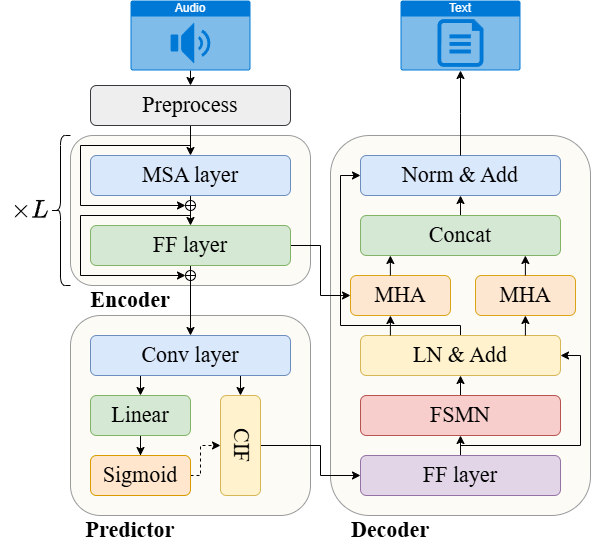
Earlier version of the draw.io export UBC-CSC/funasr.png (TuuSiwei/paper_image). Source tidied: cells renumbered, new cells last; positions are measured from the earlier drawing's top-left corner, leaving out a move shared by most shapes. Its diagram source:
```xml
<mxGraphModel math="1">
  <root>
    <mxCell id="0" />
    <mxCell id="1" parent="0" />
    <mxCell id="2" style="rounded=1;whiteSpace=wrap;html=1;fillColor=#f9f7ed;strokeColor=#36393d;fontFamily=Times New Roman;fontSize=22;opacity=50;align=center;verticalAlign=middle;fontColor=default;fontStyle=0;" parent="1" vertex="1">
      <mxGeometry x="70" y="315" width="240" height="200" as="geometry" />
    </mxCell>
    <mxCell id="3" style="rounded=1;whiteSpace=wrap;html=1;fillColor=#f9f7ed;strokeColor=#36393d;fontFamily=Times New Roman;fontSize=22;opacity=50;fontStyle=0;" parent="1" vertex="1">
      <mxGeometry x="70" y="135" width="240" height="150" as="geometry" />
    </mxCell>
    <mxCell id="4" style="rounded=1;whiteSpace=wrap;html=1;fillColor=#f9f7ed;strokeColor=#36393d;fontFamily=Times New Roman;fontSize=22;opacity=50;align=center;verticalAlign=middle;fontColor=default;fontStyle=0;" parent="1" vertex="1">
      <mxGeometry x="330" y="135" width="260" height="380" as="geometry" />
    </mxCell>
    <mxCell id="5" value="&lt;span style=&quot;border-color: var(--border-color); font-size: 22px;&quot;&gt;Norm &amp;amp; Add&lt;/span&gt;" style="rounded=1;whiteSpace=wrap;html=1;strokeColor=#6c8ebf;fillColor=#dae8fc;fontFamily=Times New Roman;fontSize=22;fontStyle=0;" parent="1" vertex="1">
      <mxGeometry x="360" y="155" width="200" height="40" as="geometry" />
    </mxCell>
    <mxCell id="6" value="&lt;font style=&quot;font-size: 22px;&quot;&gt;&lt;span style=&quot;font-size: 22px;&quot;&gt;Decoder&lt;/span&gt;&lt;/font&gt;" style="text;html=1;align=center;verticalAlign=middle;whiteSpace=wrap;rounded=0;fontFamily=Times New Roman;fontSize=22;fontStyle=1;" parent="1" vertex="1">
      <mxGeometry x="330" y="515" width="120" height="30" as="geometry" />
    </mxCell>
    <mxCell id="7" value="&lt;font style=&quot;font-size: 22px;&quot;&gt;&lt;span style=&quot;font-size: 22px;&quot;&gt;&lt;b style=&quot;font-size: 22px;&quot;&gt;Predictor&lt;/b&gt;&lt;/span&gt;&lt;/font&gt;" style="text;html=1;align=center;verticalAlign=middle;whiteSpace=wrap;rounded=0;fontFamily=Times New Roman;fontSize=22;fontStyle=0;" parent="1" vertex="1">
      <mxGeometry x="70" y="515" width="120" height="30" as="geometry" />
    </mxCell>
    <mxCell id="8" style="edgeStyle=orthogonalEdgeStyle;rounded=0;jettySize=auto;html=1;entryX=0.5;entryY=0;entryDx=0;entryDy=0;fontStyle=0;fontSize=22;" parent="1" edge="1" source="9" target="12">
      <mxGeometry relative="1" as="geometry" />
    </mxCell>
    <mxCell id="9" value="&lt;span style=&quot;font-size: 22px;&quot;&gt;&lt;span style=&quot;font-size: 22px;&quot;&gt;MSA layer&lt;/span&gt;&lt;/span&gt;" style="rounded=1;whiteSpace=wrap;html=1;fillColor=#dae8fc;strokeColor=#6c8ebf;fontFamily=Times New Roman;fontSize=22;fontStyle=0;" parent="1" vertex="1">
      <mxGeometry x="90" y="155" width="200" height="40" as="geometry" />
    </mxCell>
    <mxCell id="10" style="edgeStyle=orthogonalEdgeStyle;rounded=0;jettySize=auto;html=1;entryX=0;entryY=0.5;entryDx=0;entryDy=0;fontFamily=Times New Roman;fontSize=22;fontStyle=0;" parent="1" edge="1" source="12" target="23">
      <mxGeometry relative="1" as="geometry" />
    </mxCell>
    <mxCell id="11" style="edgeStyle=orthogonalEdgeStyle;rounded=0;jettySize=auto;html=1;exitX=0.5;exitY=1;exitDx=0;exitDy=0;entryX=0.5;entryY=0;entryDx=0;entryDy=0;fontStyle=0;fontSize=22;" parent="1" edge="1" source="12" target="17">
      <mxGeometry relative="1" as="geometry" />
    </mxCell>
    <mxCell id="12" value="&lt;span style=&quot;font-size: 22px;&quot;&gt;&lt;span style=&quot;font-size: 22px;&quot;&gt;FF layer&lt;/span&gt;&lt;/span&gt;" style="rounded=1;whiteSpace=wrap;html=1;fillColor=#d5e8d4;strokeColor=#82b366;fontFamily=Times New Roman;fontSize=22;fontStyle=0;" parent="1" vertex="1">
      <mxGeometry x="90" y="225" width="200" height="40" as="geometry" />
    </mxCell>
    <mxCell id="13" value="&lt;font style=&quot;font-size: 22px;&quot;&gt;&lt;span style=&quot;font-size: 22px;&quot;&gt;&lt;b style=&quot;font-size: 22px;&quot;&gt;Encoder&lt;/b&gt;&lt;/span&gt;&lt;/font&gt;" style="text;html=1;align=center;verticalAlign=middle;whiteSpace=wrap;rounded=0;fontFamily=Times New Roman;fontSize=22;fontStyle=0;" parent="1" vertex="1">
      <mxGeometry x="70" y="285" width="120" height="30" as="geometry" />
    </mxCell>
    <mxCell id="14" style="edgeStyle=orthogonalEdgeStyle;rounded=0;jettySize=auto;html=1;exitX=0.5;exitY=1;exitDx=0;exitDy=0;exitPerimeter=0;entryX=0.5;entryY=0;entryDx=0;entryDy=0;fontStyle=0;fontSize=22;" parent="1" edge="1" target="40">
      <mxGeometry relative="1" as="geometry">
        <mxPoint x="190" y="70" as="sourcePoint" />
      </mxGeometry>
    </mxCell>
    <mxCell id="15" style="edgeStyle=orthogonalEdgeStyle;rounded=0;jettySize=auto;html=1;entryX=0.5;entryY=0;entryDx=0;entryDy=0;exitX=0.25;exitY=1;exitDx=0;exitDy=0;fontFamily=Times New Roman;fontSize=22;fontStyle=0;" parent="1" edge="1" source="17" target="33">
      <mxGeometry relative="1" as="geometry" />
    </mxCell>
    <mxCell id="16" style="edgeStyle=orthogonalEdgeStyle;rounded=0;jettySize=auto;html=1;exitX=0.75;exitY=1;exitDx=0;exitDy=0;entryX=0.5;entryY=0;entryDx=0;entryDy=0;fontStyle=0;fontSize=22;" parent="1" edge="1" source="17">
      <mxGeometry relative="1" as="geometry">
        <mxPoint x="240" y="395" as="targetPoint" />
      </mxGeometry>
    </mxCell>
    <mxCell id="17" value="&lt;span style=&quot;border-color: var(--border-color); font-size: 22px;&quot;&gt;Conv layer&lt;br style=&quot;font-size: 22px;&quot;&gt;&lt;/span&gt;" style="rounded=1;whiteSpace=wrap;html=1;fillColor=#dae8fc;strokeColor=#6c8ebf;fontFamily=Times New Roman;fontSize=22;fontStyle=0;" parent="1" vertex="1">
      <mxGeometry x="90" y="335" width="200" height="40" as="geometry" />
    </mxCell>
    <mxCell id="18" style="edgeStyle=orthogonalEdgeStyle;rounded=0;jettySize=auto;html=1;exitX=1;exitY=0.5;exitDx=0;exitDy=0;entryX=0;entryY=0.5;entryDx=0;entryDy=0;fontSize=22;" parent="1" edge="1" source="19" target="22">
      <mxGeometry relative="1" as="geometry">
        <Array as="points">
          <mxPoint x="320" y="445" />
          <mxPoint x="320" y="475" />
        </Array>
      </mxGeometry>
    </mxCell>
    <mxCell id="19" value="&lt;span style=&quot;border-color: var(--border-color); font-size: 22px;&quot;&gt;CIF&lt;br style=&quot;font-size: 22px;&quot;&gt;&lt;/span&gt;" style="rounded=1;whiteSpace=wrap;html=1;fillColor=#fff2cc;strokeColor=#d6b656;fontFamily=Times New Roman;fontSize=22;textDirection=vertical-rl;fontStyle=0;" parent="1" vertex="1">
      <mxGeometry x="220" y="395" width="40" height="100" as="geometry" />
    </mxCell>
    <mxCell id="20" style="edgeStyle=orthogonalEdgeStyle;rounded=0;jettySize=auto;html=1;exitX=0.5;exitY=0;exitDx=0;exitDy=0;entryX=0.5;entryY=1;entryDx=0;entryDy=0;fontSize=22;" parent="1" edge="1" source="22" target="28">
      <mxGeometry relative="1" as="geometry" />
    </mxCell>
    <mxCell id="21" style="edgeStyle=orthogonalEdgeStyle;rounded=0;jettySize=auto;html=1;exitX=0.5;exitY=0;exitDx=0;exitDy=0;entryX=1;entryY=0.5;entryDx=0;entryDy=0;fontSize=22;" parent="1" edge="1" source="22" target="26">
      <mxGeometry relative="1" as="geometry">
        <Array as="points">
          <mxPoint x="460" y="445" />
          <mxPoint x="580" y="445" />
          <mxPoint x="580" y="355" />
        </Array>
      </mxGeometry>
    </mxCell>
    <mxCell id="22" value="&lt;span style=&quot;font-size: 22px;&quot;&gt;FF layer&lt;/span&gt;" style="rounded=1;whiteSpace=wrap;html=1;fillColor=#e1d5e7;strokeColor=#9673a6;fontFamily=Times New Roman;fontSize=22;fontStyle=0;" parent="1" vertex="1">
      <mxGeometry x="360" y="455" width="200" height="40" as="geometry" />
    </mxCell>
    <mxCell id="23" value="&lt;span style=&quot;font-size: 22px;&quot;&gt;&lt;span style=&quot;font-size: 22px;&quot;&gt;MHA&lt;/span&gt;&lt;/span&gt;" style="rounded=1;whiteSpace=wrap;html=1;fillColor=#ffe6cc;strokeColor=#d79b00;gradientDirection=radial;opacity=90;fontFamily=Times New Roman;fontSize=22;fontStyle=0;" parent="1" vertex="1">
      <mxGeometry x="350" y="275" width="100" height="40" as="geometry" />
    </mxCell>
    <mxCell id="24" value="&lt;span style=&quot;font-size: 22px;&quot;&gt;&lt;span style=&quot;font-size: 22px;&quot;&gt;MHA&lt;/span&gt;&lt;/span&gt;" style="rounded=1;whiteSpace=wrap;html=1;fillColor=#ffe6cc;strokeColor=#d79b00;gradientDirection=radial;opacity=90;fontFamily=Times New Roman;fontSize=22;fontStyle=0;" parent="1" vertex="1">
      <mxGeometry x="475" y="275" width="100" height="40" as="geometry" />
    </mxCell>
    <mxCell id="25" style="edgeStyle=orthogonalEdgeStyle;rounded=0;jettySize=auto;html=1;exitX=0.5;exitY=0;exitDx=0;exitDy=0;entryX=0;entryY=0.5;entryDx=0;entryDy=0;fontSize=22;" parent="1" edge="1" source="26" target="5">
      <mxGeometry relative="1" as="geometry">
        <Array as="points">
          <mxPoint x="460" y="325" />
          <mxPoint x="340" y="325" />
          <mxPoint x="340" y="175" />
        </Array>
      </mxGeometry>
    </mxCell>
    <mxCell id="26" value="&lt;span style=&quot;border-color: var(--border-color); font-size: 22px;&quot;&gt;LN &amp;amp; Add&lt;/span&gt;" style="rounded=1;whiteSpace=wrap;html=1;strokeColor=#d6b656;fillColor=#fff2cc;fontFamily=Times New Roman;fontSize=22;fontStyle=0;" parent="1" vertex="1">
      <mxGeometry x="360" y="335" width="200" height="40" as="geometry" />
    </mxCell>
    <mxCell id="27" style="edgeStyle=orthogonalEdgeStyle;rounded=0;jettySize=auto;html=1;exitX=0.5;exitY=0;exitDx=0;exitDy=0;entryX=0.5;entryY=1;entryDx=0;entryDy=0;fontSize=22;" parent="1" edge="1" source="28" target="26">
      <mxGeometry relative="1" as="geometry" />
    </mxCell>
    <mxCell id="28" value="&lt;span style=&quot;border-color: var(--border-color); font-size: 22px;&quot;&gt;FSMN&lt;/span&gt;" style="rounded=1;whiteSpace=wrap;html=1;fillColor=#f8cecc;strokeColor=#b85450;fontFamily=Times New Roman;fontSize=22;fontStyle=0;" parent="1" vertex="1">
      <mxGeometry x="360" y="395" width="200" height="40" as="geometry" />
    </mxCell>
    <mxCell id="29" style="edgeStyle=orthogonalEdgeStyle;rounded=0;jettySize=auto;html=1;exitX=0.5;exitY=0;exitDx=0;exitDy=0;entryX=0.5;entryY=1;entryDx=0;entryDy=0;fontSize=22;" parent="1" edge="1" source="30" target="5">
      <mxGeometry relative="1" as="geometry" />
    </mxCell>
    <mxCell id="30" value="&lt;span style=&quot;border-color: var(--border-color); font-size: 22px;&quot;&gt;Concat&lt;/span&gt;" style="rounded=1;whiteSpace=wrap;html=1;strokeColor=#82b366;fillColor=#d5e8d4;fontFamily=Times New Roman;fontSize=22;fontStyle=0;" parent="1" vertex="1">
      <mxGeometry x="360" y="215" width="200" height="40" as="geometry" />
    </mxCell>
    <mxCell id="31" style="shape=curlyBracket;whiteSpace=wrap;html=1;rounded=1;labelPosition=left;verticalLabelPosition=middle;align=right;verticalAlign=middle;fontFamily=Times New Roman;fontSize=22;fontStyle=0;" parent="1" vertex="1">
      <mxGeometry x="50" y="135" width="20" height="150" as="geometry" />
    </mxCell>
    <mxCell id="32" style="edgeStyle=orthogonalEdgeStyle;rounded=0;jettySize=auto;html=1;entryX=0.5;entryY=0;entryDx=0;entryDy=0;fontFamily=Times New Roman;fontSize=22;fontStyle=0;" parent="1" edge="1" source="33" target="35">
      <mxGeometry relative="1" as="geometry" />
    </mxCell>
    <mxCell id="33" value="&lt;span style=&quot;border-color: var(--border-color); font-size: 22px;&quot;&gt;Linear&lt;/span&gt;" style="rounded=1;whiteSpace=wrap;html=1;fillColor=#d5e8d4;strokeColor=#82b366;fontFamily=Times New Roman;fontSize=22;fontStyle=0;" parent="1" vertex="1">
      <mxGeometry x="90" y="395" width="100" height="40" as="geometry" />
    </mxCell>
    <mxCell id="34" style="edgeStyle=orthogonalEdgeStyle;rounded=0;jettySize=auto;html=1;entryX=0;entryY=0.5;entryDx=0;entryDy=0;dashed=1;fontFamily=Times New Roman;fontSize=22;fontStyle=0;" parent="1" edge="1" source="35" target="19">
      <mxGeometry relative="1" as="geometry">
        <Array as="points">
          <mxPoint x="200" y="475" />
          <mxPoint x="200" y="445" />
        </Array>
      </mxGeometry>
    </mxCell>
    <mxCell id="35" value="&lt;div style=&quot;font-size: 22px;&quot;&gt;&lt;span style=&quot;font-size: 22px;&quot;&gt;&lt;span style=&quot;font-size: 22px;&quot;&gt;Sigmoid&lt;/span&gt;&lt;/span&gt;&lt;/div&gt;" style="rounded=1;whiteSpace=wrap;html=1;fillColor=#ffe6cc;strokeColor=#d79b00;fontFamily=Times New Roman;fontSize=22;fontStyle=0;" parent="1" vertex="1">
      <mxGeometry x="90" y="455" width="100" height="40" as="geometry" />
    </mxCell>
    <mxCell id="36" style="verticalLabelPosition=bottom;verticalAlign=top;html=1;shape=mxgraph.flowchart.summing_function;fontFamily=Times New Roman;fontSize=22;fontStyle=0;" parent="1" vertex="1">
      <mxGeometry x="185" y="200" width="10" height="10" as="geometry" />
    </mxCell>
    <mxCell id="37" style="edgeStyle=orthogonalEdgeStyle;rounded=0;jettySize=auto;html=1;entryX=0;entryY=0.5;entryDx=0;entryDy=0;entryPerimeter=0;fontFamily=Times New Roman;fontSize=22;fontStyle=0;" parent="1" edge="1" target="41">
      <mxGeometry relative="1" as="geometry">
        <mxPoint x="190" y="215" as="sourcePoint" />
        <Array as="points">
          <mxPoint x="80" y="215" />
          <mxPoint x="80" y="275" />
        </Array>
      </mxGeometry>
    </mxCell>
    <mxCell id="38" value="$$\times L$$" style="text;whiteSpace=wrap;fontSize=22;align=center;fontStyle=0;verticalAlign=middle;" parent="1" vertex="1">
      <mxGeometry y="170.5" width="60" height="79" as="geometry" />
    </mxCell>
    <mxCell id="39" style="edgeStyle=orthogonalEdgeStyle;rounded=0;jettySize=auto;html=1;exitX=0.5;exitY=1;exitDx=0;exitDy=0;entryX=0.5;entryY=0;entryDx=0;entryDy=0;fontStyle=0;fontSize=22;" parent="1" edge="1" source="40" target="9">
      <mxGeometry relative="1" as="geometry" />
    </mxCell>
    <mxCell id="40" value="&lt;span style=&quot;font-family: &amp;quot;Times New Roman&amp;quot;; font-size: 22px;&quot;&gt;Preprocess&lt;/span&gt;" style="rounded=1;whiteSpace=wrap;html=1;fillColor=#eeeeee;strokeColor=#36393d;fontStyle=0;fontSize=22;" parent="1" vertex="1">
      <mxGeometry x="90" y="85" width="200" height="40" as="geometry" />
    </mxCell>
    <mxCell id="41" style="verticalLabelPosition=bottom;verticalAlign=top;html=1;shape=mxgraph.flowchart.summing_function;fontFamily=Times New Roman;fontSize=22;fontStyle=0;" parent="1" vertex="1">
      <mxGeometry x="185" y="270" width="10" height="10" as="geometry" />
    </mxCell>
    <mxCell id="42" style="edgeStyle=orthogonalEdgeStyle;rounded=0;jettySize=auto;html=1;entryX=0;entryY=0.5;entryDx=0;entryDy=0;entryPerimeter=0;fontFamily=Times New Roman;fontSize=22;fontStyle=0;" parent="1" edge="1" target="36">
      <mxGeometry relative="1" as="geometry">
        <mxPoint x="190" y="145" as="sourcePoint" />
        <Array as="points">
          <mxPoint x="80" y="145" />
          <mxPoint x="80" y="205" />
        </Array>
      </mxGeometry>
    </mxCell>
    <mxCell id="43" style="edgeStyle=orthogonalEdgeStyle;rounded=0;jettySize=auto;html=1;exitX=0.5;exitY=0;exitDx=0;exitDy=0;entryX=0.5;entryY=1;entryDx=0;entryDy=0;entryPerimeter=0;fontSize=22;" parent="1" edge="1" source="5">
      <mxGeometry relative="1" as="geometry">
        <mxPoint x="460" y="70" as="targetPoint" />
      </mxGeometry>
    </mxCell>
    <mxCell id="44" style="endArrow=classic;html=1;rounded=0;fontSize=22;" parent="1" edge="1">
      <mxGeometry relative="1" as="geometry">
        <mxPoint x="389.9" y="335" as="sourcePoint" />
        <mxPoint x="389.9" y="315" as="targetPoint" />
      </mxGeometry>
    </mxCell>
    <mxCell id="45" style="endArrow=classic;html=1;rounded=0;fontSize=22;" parent="1" edge="1">
      <mxGeometry relative="1" as="geometry">
        <mxPoint x="524.9" y="335" as="sourcePoint" />
        <mxPoint x="524.9" y="315" as="targetPoint" />
      </mxGeometry>
    </mxCell>
    <mxCell id="46" style="endArrow=classic;html=1;rounded=0;fontSize=22;" parent="1" edge="1">
      <mxGeometry relative="1" as="geometry">
        <mxPoint x="389.9" y="275" as="sourcePoint" />
        <mxPoint x="389.9" y="255" as="targetPoint" />
      </mxGeometry>
    </mxCell>
    <mxCell id="47" style="endArrow=classic;html=1;rounded=0;fontSize=22;" parent="1" edge="1">
      <mxGeometry relative="1" as="geometry">
        <mxPoint x="524.9" y="275" as="sourcePoint" />
        <mxPoint x="524.9" y="255" as="targetPoint" />
      </mxGeometry>
    </mxCell>
    <mxCell id="48" value="Audio" style="html=1;whiteSpace=wrap;strokeColor=none;fillColor=#0079D6;labelPosition=center;verticalLabelPosition=middle;verticalAlign=top;align=center;fontSize=12;spacingTop=-6;fontColor=#FFFFFF;sketch=0;shape=mxgraph.sitemap.audio;" parent="1" vertex="1">
      <mxGeometry x="130" width="120" height="70" as="geometry" />
    </mxCell>
    <mxCell id="49" value="Text" style="html=1;whiteSpace=wrap;strokeColor=none;fillColor=#0079D6;labelPosition=center;verticalLabelPosition=middle;verticalAlign=top;align=center;fontSize=12;spacingTop=-6;fontColor=#FFFFFF;sketch=0;shape=mxgraph.sitemap.text;" parent="1" vertex="1">
      <mxGeometry x="400" width="120" height="70" as="geometry" />
    </mxCell>
  </root>
</mxGraphModel>
```
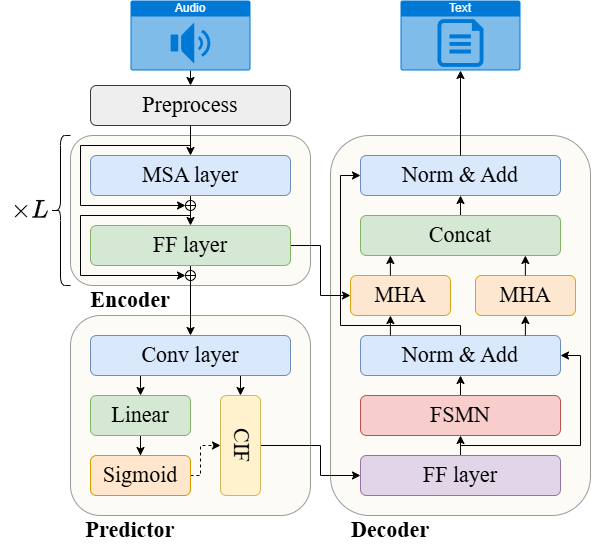
Above is the later version.

The edit, as a diff of the source:
```diff
@@ -95,7 +95,7 @@
         </Array>
       </mxGeometry>
     </mxCell>
-    <mxCell id="26" value="&lt;span style=&quot;border-color: var(--border-color); font-size: 22px;&quot;&gt;LN &amp;amp; Add&lt;/span&gt;" style="rounded=1;whiteSpace=wrap;html=1;strokeColor=#d6b656;fillColor=#fff2cc;fontFamily=Times New Roman;fontSize=22;fontStyle=0;" parent="1" vertex="1">
+    <mxCell id="26" value="Norm &amp;amp; Add" style="rounded=1;whiteSpace=wrap;html=1;strokeColor=#6c8ebf;fillColor=#dae8fc;fontFamily=Times New Roman;fontSize=22;fontStyle=0;" parent="1" vertex="1">
       <mxGeometry x="360" y="335" width="200" height="40" as="geometry" />
     </mxCell>
     <mxCell id="27" style="edgeStyle=orthogonalEdgeStyle;rounded=0;jettySize=auto;html=1;exitX=0.5;exitY=0;exitDx=0;exitDy=0;entryX=0.5;entryY=1;entryDx=0;entryDy=0;fontSize=22;" parent="1" edge="1" source="28" target="26">
```
